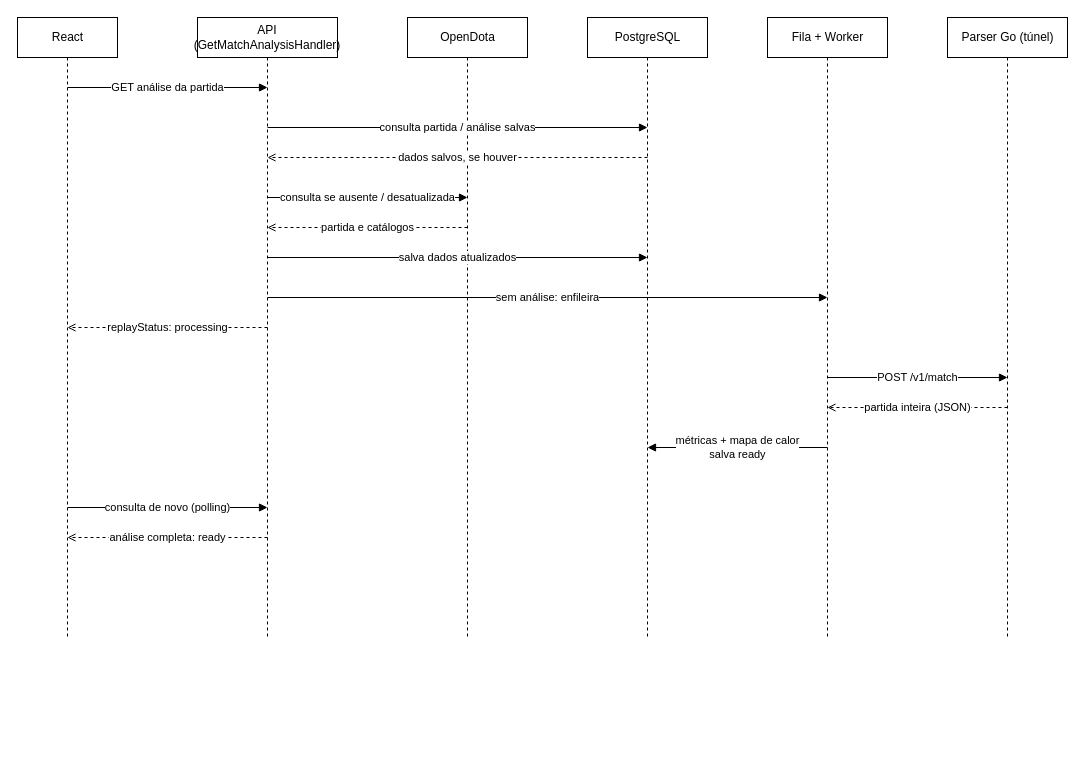
Above: page "3. Fluxo da análise" (3 of 6) of docs/diagrams/dotaanalyst.drawio in andreomorg/dota_analyst (draw.io), before the change. Source tidied: cells renumbered, new cells numbered last; positions are measured from the earlier drawing's top-left corner, leaving out a move shared by most shapes. Both pictures are drawn from the tidied source at 100%, with x=0, y=0 at pixel (17, 17).
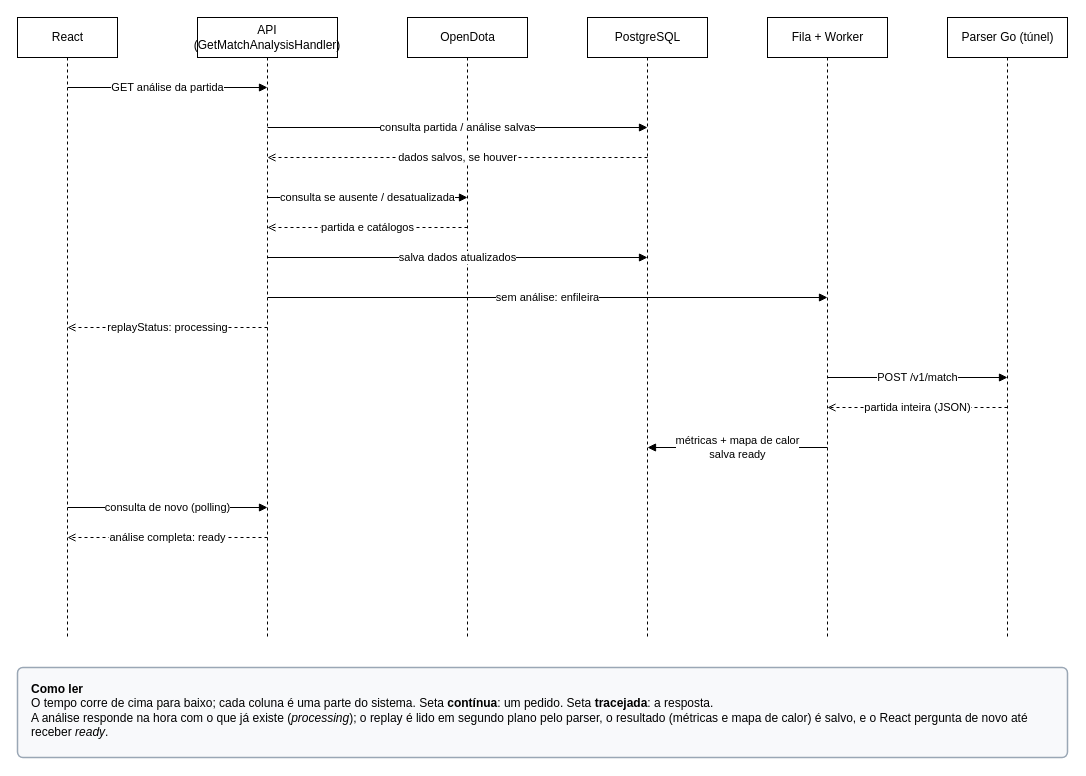
After the change.

Change to the diagram source:
```diff
@@
+    <mxCell id="21" value="&lt;b&gt;Como ler&lt;/b&gt;&lt;br&gt;O tempo corre de cima para baixo; cada coluna é uma parte do sistema. Seta &lt;b&gt;contínua&lt;/b&gt;: um pedido. Seta &lt;b&gt;tracejada&lt;/b&gt;: a resposta.&lt;br&gt;A análise responde na hora com o que já existe (&lt;i&gt;processing&lt;/i&gt;); o replay é lido em segundo plano pelo parser, o resultado (métricas e mapa de calor) é salvo, e o React pergunta de novo até receber &lt;i&gt;ready&lt;/i&gt;." style="rounded=1;whiteSpace=wrap;html=1;align=left;verticalAlign=top;spacingLeft=12;spacingRight=12;spacingTop=8;fillColor=#f8f9fb;strokeColor=#9aa7b5;strokeWidth=1.5;arcSize=6;" parent="1" vertex="1">
+      <mxGeometry y="650" width="1050" height="90" as="geometry" />
+    </mxCell>
```
